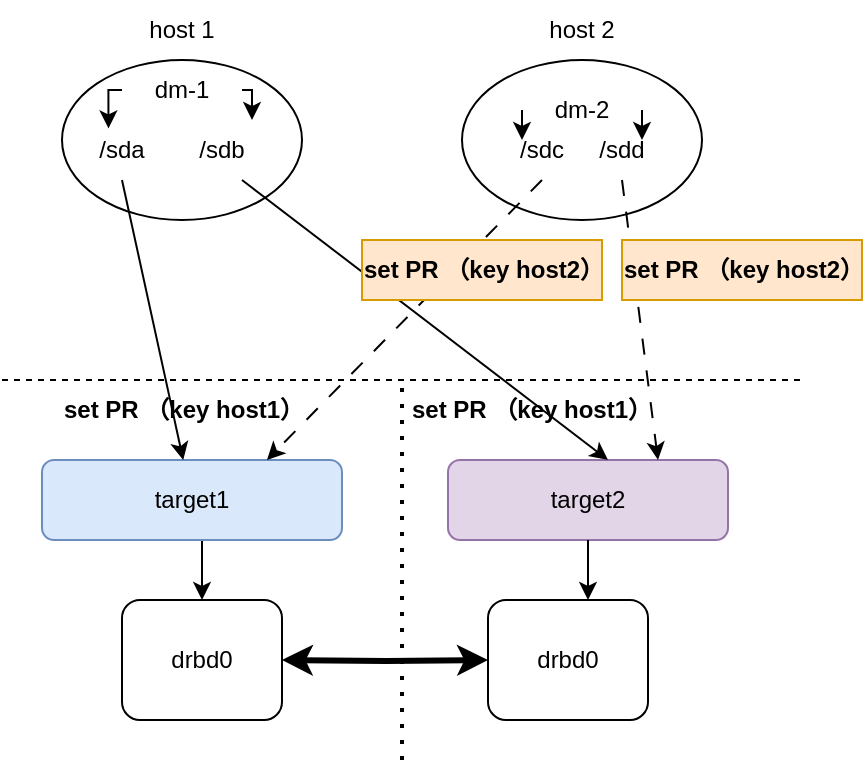
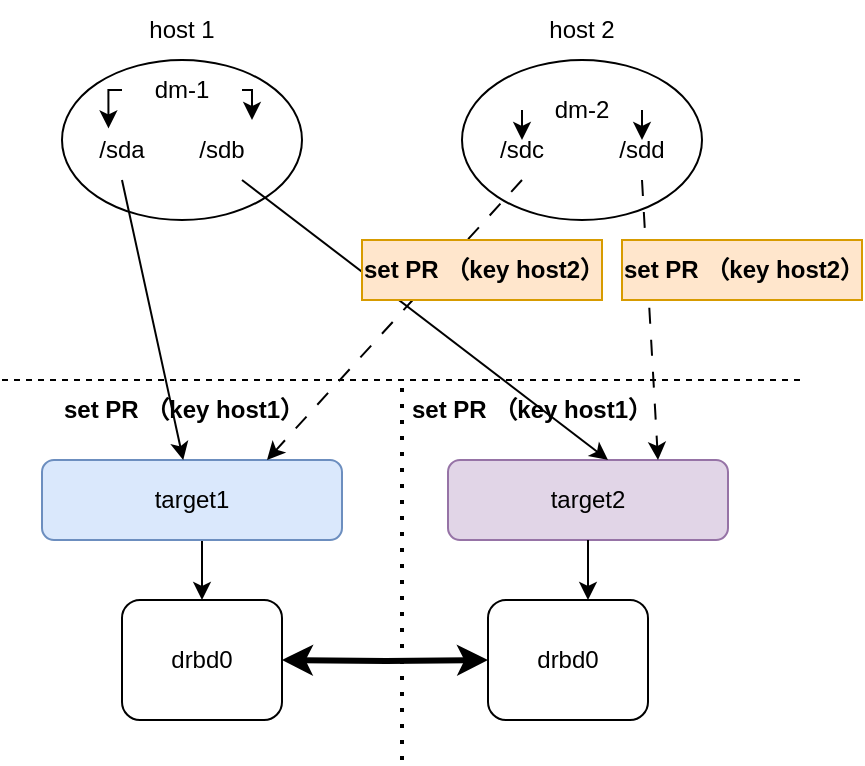
<mxfile host="app.diagrams.net">
  <diagram name="第 1 页" id="Ifx6KEgPPU0D2kjR70l6">
    <mxGraphModel dx="1021" dy="637" grid="1" gridSize="10" guides="0" tooltips="1" connect="1" arrows="1" fold="1" page="1" pageScale="1" pageWidth="827" pageHeight="1169" math="0" shadow="0">
      <root>
        <mxCell id="0" />
        <mxCell id="1" parent="0" />
        <mxCell id="BN7UGvUSFtl_CjC36wmj-23" edge="1" parent="1" source="BN7UGvUSFtl_CjC36wmj-1" style="edgeStyle=orthogonalEdgeStyle;rounded=0;orthogonalLoop=1;jettySize=auto;html=1;exitX=0.5;exitY=1;exitDx=0;exitDy=0;entryX=0.5;entryY=0;entryDx=0;entryDy=0;" target="BN7UGvUSFtl_CjC36wmj-17">
          <mxGeometry relative="1" as="geometry" />
        </mxCell>
        <mxCell id="BN7UGvUSFtl_CjC36wmj-1" parent="1" style="rounded=1;whiteSpace=wrap;html=1;fillColor=#dae8fc;strokeColor=#6c8ebf;" value="target1" vertex="1">
          <mxGeometry height="40" width="150" x="200" y="240" as="geometry" />
        </mxCell>
        <mxCell id="BN7UGvUSFtl_CjC36wmj-2" parent="1" style="rounded=1;whiteSpace=wrap;html=1;fillColor=#e1d5e7;strokeColor=#9673a6;" value="target2" vertex="1">
          <mxGeometry height="40" width="140" x="403" y="240" as="geometry" />
        </mxCell>
        <mxCell id="BN7UGvUSFtl_CjC36wmj-3" edge="1" parent="1" style="endArrow=none;dashed=1;html=1;rounded=0;" value="">
          <mxGeometry height="50" relative="1" width="50" as="geometry">
            <mxPoint x="180" y="200" as="sourcePoint" />
            <mxPoint x="580" y="200" as="targetPoint" />
          </mxGeometry>
        </mxCell>
        <mxCell id="BN7UGvUSFtl_CjC36wmj-4" parent="1" style="ellipse;whiteSpace=wrap;html=1;" value="" vertex="1">
          <mxGeometry height="80" width="120" x="210" y="40" as="geometry" />
        </mxCell>
        <mxCell id="BN7UGvUSFtl_CjC36wmj-5" parent="1" style="ellipse;whiteSpace=wrap;html=1;" value="" vertex="1">
          <mxGeometry height="80" width="120" x="410" y="40" as="geometry" />
        </mxCell>
        <mxCell id="BN7UGvUSFtl_CjC36wmj-7" edge="1" parent="1" source="jlSp_G2U_6gr9TUBWSZ1-6" style="endArrow=classic;html=1;rounded=0;exitX=0.5;exitY=1;exitDx=0;exitDy=0;" target="BN7UGvUSFtl_CjC36wmj-1" value="">
          <mxGeometry height="50" relative="1" width="50" as="geometry">
            <mxPoint x="390" y="360" as="sourcePoint" />
            <mxPoint x="440" y="310" as="targetPoint" />
          </mxGeometry>
        </mxCell>
        <mxCell id="BN7UGvUSFtl_CjC36wmj-8" edge="1" parent="1" style="endArrow=classic;html=1;rounded=0;entryX=0.5;entryY=0;entryDx=0;entryDy=0;exitX=0.5;exitY=1;exitDx=0;exitDy=0;" value="">
          <mxGeometry height="50" relative="1" width="50" as="geometry">
            <mxPoint x="300" y="100" as="sourcePoint" />
            <mxPoint x="483" y="240" as="targetPoint" />
          </mxGeometry>
        </mxCell>
        <mxCell id="BN7UGvUSFtl_CjC36wmj-12" edge="1" parent="1" style="edgeStyle=orthogonalEdgeStyle;rounded=0;orthogonalLoop=1;jettySize=auto;html=1;exitX=1;exitY=0.5;exitDx=0;exitDy=0;entryX=0;entryY=0.5;entryDx=0;entryDy=0;startArrow=classic;startFill=1;curved=0;strokeWidth=3;" target="BN7UGvUSFtl_CjC36wmj-20">
          <mxGeometry relative="1" as="geometry">
            <mxPoint x="320" y="340" as="sourcePoint" />
            <mxPoint x="410" y="340" as="targetPoint" />
          </mxGeometry>
        </mxCell>
        <mxCell id="BN7UGvUSFtl_CjC36wmj-14" parent="1" style="text;html=1;whiteSpace=wrap;strokeColor=none;fillColor=none;align=center;verticalAlign=middle;rounded=0;" value="&lt;b&gt;set PR （key host1）&lt;/b&gt;" vertex="1">
          <mxGeometry height="30" width="120" x="210" y="200" as="geometry" />
        </mxCell>
        <mxCell id="BN7UGvUSFtl_CjC36wmj-16" parent="1" style="text;html=1;whiteSpace=wrap;strokeColor=none;fillColor=none;align=center;verticalAlign=middle;rounded=0;" value="&lt;b&gt;set PR （key host1）&lt;/b&gt;" vertex="1">
          <mxGeometry height="30" width="130" x="380" y="200" as="geometry" />
        </mxCell>
        <mxCell id="BN7UGvUSFtl_CjC36wmj-17" parent="1" style="rounded=1;whiteSpace=wrap;html=1;" value="drbd0" vertex="1">
          <mxGeometry height="60" width="80" x="240" y="310" as="geometry" />
        </mxCell>
        <mxCell id="BN7UGvUSFtl_CjC36wmj-20" parent="1" style="rounded=1;whiteSpace=wrap;html=1;" value="drbd0" vertex="1">
          <mxGeometry height="60" width="80" x="423" y="310" as="geometry" />
        </mxCell>
        <mxCell id="BN7UGvUSFtl_CjC36wmj-21" edge="1" parent="1" style="endArrow=none;dashed=1;html=1;dashPattern=1 3;strokeWidth=2;rounded=0;" value="">
          <mxGeometry height="50" relative="1" width="50" as="geometry">
            <mxPoint x="380" y="390" as="sourcePoint" />
            <mxPoint x="380" y="200" as="targetPoint" />
          </mxGeometry>
        </mxCell>
        <mxCell id="BN7UGvUSFtl_CjC36wmj-24" edge="1" parent="1" source="BN7UGvUSFtl_CjC36wmj-2" style="edgeStyle=orthogonalEdgeStyle;rounded=0;orthogonalLoop=1;jettySize=auto;html=1;exitX=0.5;exitY=1;exitDx=0;exitDy=0;entryX=0.625;entryY=0;entryDx=0;entryDy=0;entryPerimeter=0;" target="BN7UGvUSFtl_CjC36wmj-20">
          <mxGeometry relative="1" as="geometry" />
        </mxCell>
        <mxCell id="jlSp_G2U_6gr9TUBWSZ1-2" edge="1" parent="1" source="jlSp_G2U_6gr9TUBWSZ1-7" style="endArrow=classic;html=1;rounded=0;exitX=0.5;exitY=1;exitDx=0;exitDy=0;entryX=0.75;entryY=0;entryDx=0;entryDy=0;dashed=1;dashPattern=8 8;" target="BN7UGvUSFtl_CjC36wmj-1" value="">
          <mxGeometry height="50" relative="1" width="50" as="geometry">
            <mxPoint x="390" y="360" as="sourcePoint" />
            <mxPoint x="440" y="310" as="targetPoint" />
          </mxGeometry>
        </mxCell>
        <mxCell id="jlSp_G2U_6gr9TUBWSZ1-3" edge="1" parent="1" source="jlSp_G2U_6gr9TUBWSZ1-11" style="endArrow=classic;html=1;rounded=0;exitX=0.5;exitY=1;exitDx=0;exitDy=0;entryX=0.75;entryY=0;entryDx=0;entryDy=0;dashed=1;dashPattern=8 8;" target="BN7UGvUSFtl_CjC36wmj-2" value="">
          <mxGeometry height="50" relative="1" width="50" as="geometry">
            <mxPoint x="577" y="150" as="sourcePoint" />
            <mxPoint x="420" y="270" as="targetPoint" />
          </mxGeometry>
        </mxCell>
        <mxCell id="jlSp_G2U_6gr9TUBWSZ1-4" parent="1" style="text;html=1;whiteSpace=wrap;strokeColor=#d79b00;fillColor=#ffe6cc;align=center;verticalAlign=middle;rounded=0;" value="&lt;b&gt;set PR （key host2）&lt;/b&gt;" vertex="1">
          <mxGeometry height="30" width="120" x="360" y="130" as="geometry" />
        </mxCell>
        <mxCell id="jlSp_G2U_6gr9TUBWSZ1-5" parent="1" style="text;html=1;whiteSpace=wrap;strokeColor=#d79b00;fillColor=#ffe6cc;align=center;verticalAlign=middle;rounded=0;" value="&lt;b&gt;set PR （key host2）&lt;/b&gt;" vertex="1">
          <mxGeometry height="30" width="120" x="490" y="130" as="geometry" />
        </mxCell>
        <mxCell id="jlSp_G2U_6gr9TUBWSZ1-6" parent="1" style="text;html=1;whiteSpace=wrap;strokeColor=none;fillColor=none;align=center;verticalAlign=middle;rounded=0;" value="/sda" vertex="1">
          <mxGeometry height="30" width="60" x="210" y="70" as="geometry" />
        </mxCell>
        <mxCell id="jlSp_G2U_6gr9TUBWSZ1-7" parent="1" style="text;html=1;whiteSpace=wrap;strokeColor=none;fillColor=none;align=center;verticalAlign=middle;rounded=0;" value="/sdc" vertex="1">
-           <mxGeometry height="30" width="60" x="420" y="70" as="geometry" />
+           <mxGeometry height="30" width="60" x="410" y="70" as="geometry" />
        </mxCell>
        <mxCell id="jlSp_G2U_6gr9TUBWSZ1-8" parent="1" style="text;html=1;whiteSpace=wrap;strokeColor=none;fillColor=none;align=center;verticalAlign=middle;rounded=0;" value="host 1" vertex="1">
          <mxGeometry height="30" width="60" x="240" y="10" as="geometry" />
        </mxCell>
        <mxCell id="jlSp_G2U_6gr9TUBWSZ1-9" parent="1" style="text;html=1;whiteSpace=wrap;strokeColor=none;fillColor=none;align=center;verticalAlign=middle;rounded=0;" value="host 2" vertex="1">
          <mxGeometry height="30" width="60" x="440" y="10" as="geometry" />
        </mxCell>
        <mxCell id="jlSp_G2U_6gr9TUBWSZ1-10" parent="1" style="text;html=1;whiteSpace=wrap;strokeColor=none;fillColor=none;align=center;verticalAlign=middle;rounded=0;" value="/sdb" vertex="1">
          <mxGeometry height="30" width="60" x="260" y="70" as="geometry" />
        </mxCell>
        <mxCell id="jlSp_G2U_6gr9TUBWSZ1-11" parent="1" style="text;html=1;whiteSpace=wrap;strokeColor=none;fillColor=none;align=center;verticalAlign=middle;rounded=0;" value="/sdd" vertex="1">
-           <mxGeometry height="30" width="60" x="460" y="70" as="geometry" />
+           <mxGeometry height="30" width="60" x="470" y="70" as="geometry" />
        </mxCell>
        <mxCell id="1AH8Og3Dh_rdGF8TJYDv-5" edge="1" parent="1" source="1AH8Og3Dh_rdGF8TJYDv-1" style="edgeStyle=orthogonalEdgeStyle;rounded=0;orthogonalLoop=1;jettySize=auto;html=1;exitX=1;exitY=0.5;exitDx=0;exitDy=0;entryX=0.75;entryY=0;entryDx=0;entryDy=0;" target="jlSp_G2U_6gr9TUBWSZ1-10">
          <mxGeometry relative="1" as="geometry" />
        </mxCell>
        <mxCell id="1AH8Og3Dh_rdGF8TJYDv-1" parent="1" style="text;html=1;whiteSpace=wrap;strokeColor=none;fillColor=none;align=center;verticalAlign=middle;rounded=0;" value="dm-1" vertex="1">
          <mxGeometry height="30" width="60" x="240" y="40" as="geometry" />
        </mxCell>
        <mxCell id="1AH8Og3Dh_rdGF8TJYDv-2" parent="1" style="text;html=1;whiteSpace=wrap;strokeColor=none;fillColor=none;align=center;verticalAlign=middle;rounded=0;" value="dm-2" vertex="1">
          <mxGeometry height="30" width="60" x="440" y="50" as="geometry" />
        </mxCell>
        <mxCell id="1AH8Og3Dh_rdGF8TJYDv-4" edge="1" parent="1" source="1AH8Og3Dh_rdGF8TJYDv-1" style="edgeStyle=orthogonalEdgeStyle;rounded=0;orthogonalLoop=1;jettySize=auto;html=1;exitX=0;exitY=0.5;exitDx=0;exitDy=0;entryX=0.387;entryY=0.14;entryDx=0;entryDy=0;entryPerimeter=0;" target="jlSp_G2U_6gr9TUBWSZ1-6">
          <mxGeometry relative="1" as="geometry" />
        </mxCell>
        <mxCell id="1AH8Og3Dh_rdGF8TJYDv-6" edge="1" parent="1" source="1AH8Og3Dh_rdGF8TJYDv-2" style="edgeStyle=orthogonalEdgeStyle;rounded=0;orthogonalLoop=1;jettySize=auto;html=1;exitX=0;exitY=0.5;exitDx=0;exitDy=0;entryX=0;entryY=1;entryDx=0;entryDy=0;" target="1AH8Og3Dh_rdGF8TJYDv-2">
          <mxGeometry relative="1" as="geometry" />
        </mxCell>
        <mxCell id="1AH8Og3Dh_rdGF8TJYDv-7" edge="1" parent="1" source="1AH8Og3Dh_rdGF8TJYDv-2" style="edgeStyle=orthogonalEdgeStyle;rounded=0;orthogonalLoop=1;jettySize=auto;html=1;exitX=1;exitY=0.5;exitDx=0;exitDy=0;entryX=1;entryY=1;entryDx=0;entryDy=0;" target="1AH8Og3Dh_rdGF8TJYDv-2">
          <mxGeometry relative="1" as="geometry" />
        </mxCell>
      </root>
    </mxGraphModel>
  </diagram>
</mxfile>
